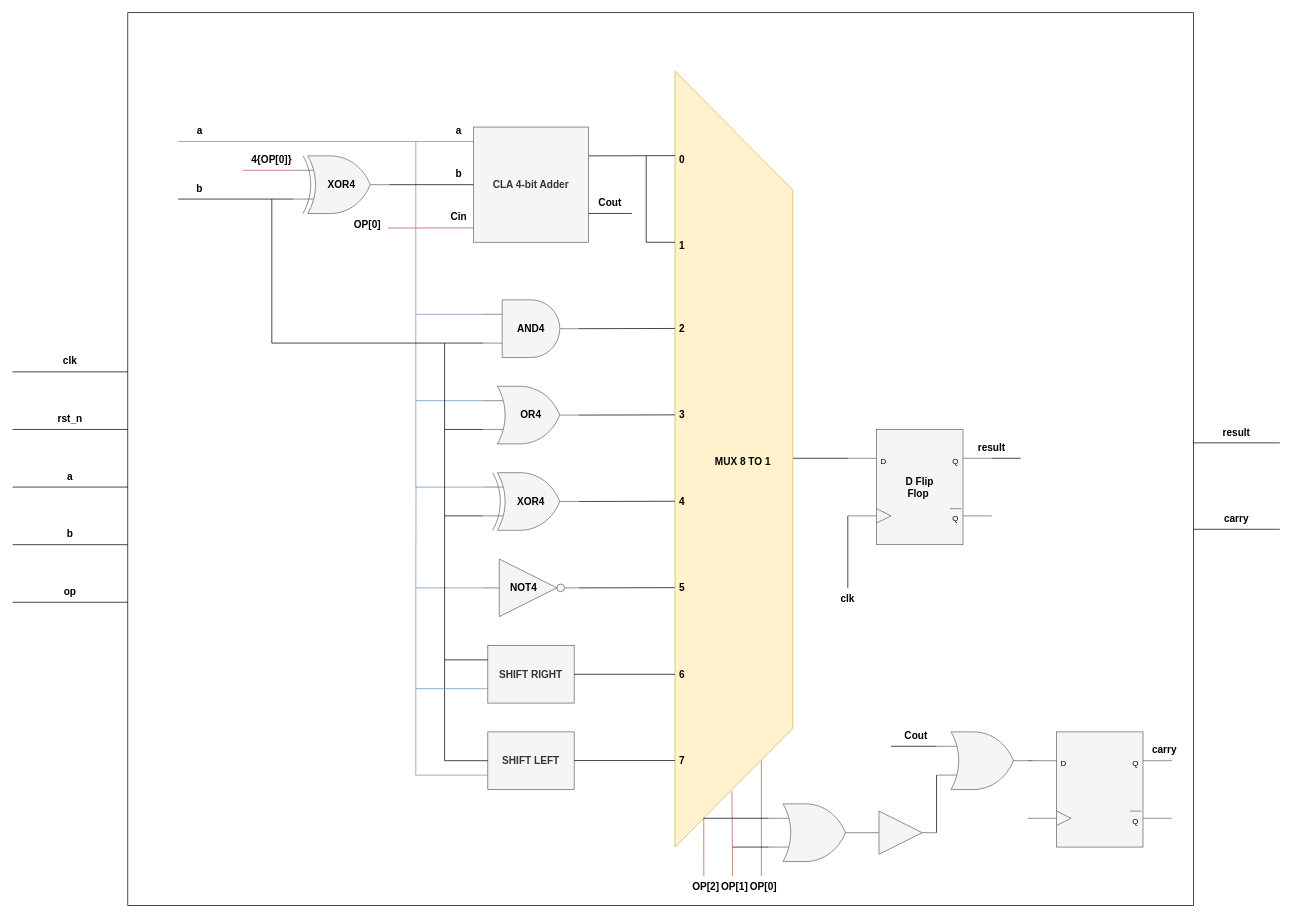
Above: 99_doc/block_diagram.drawio in thanhtunglk1/ALU_synthesis (draw.io), before the change. Source tidied: cells renumbered, new cells numbered last; positions are measured from the earlier drawing's top-left corner, leaving out a move shared by most shapes. Both pictures are drawn from the tidied source at 72%, with x=0, y=0 at pixel (12, 12).
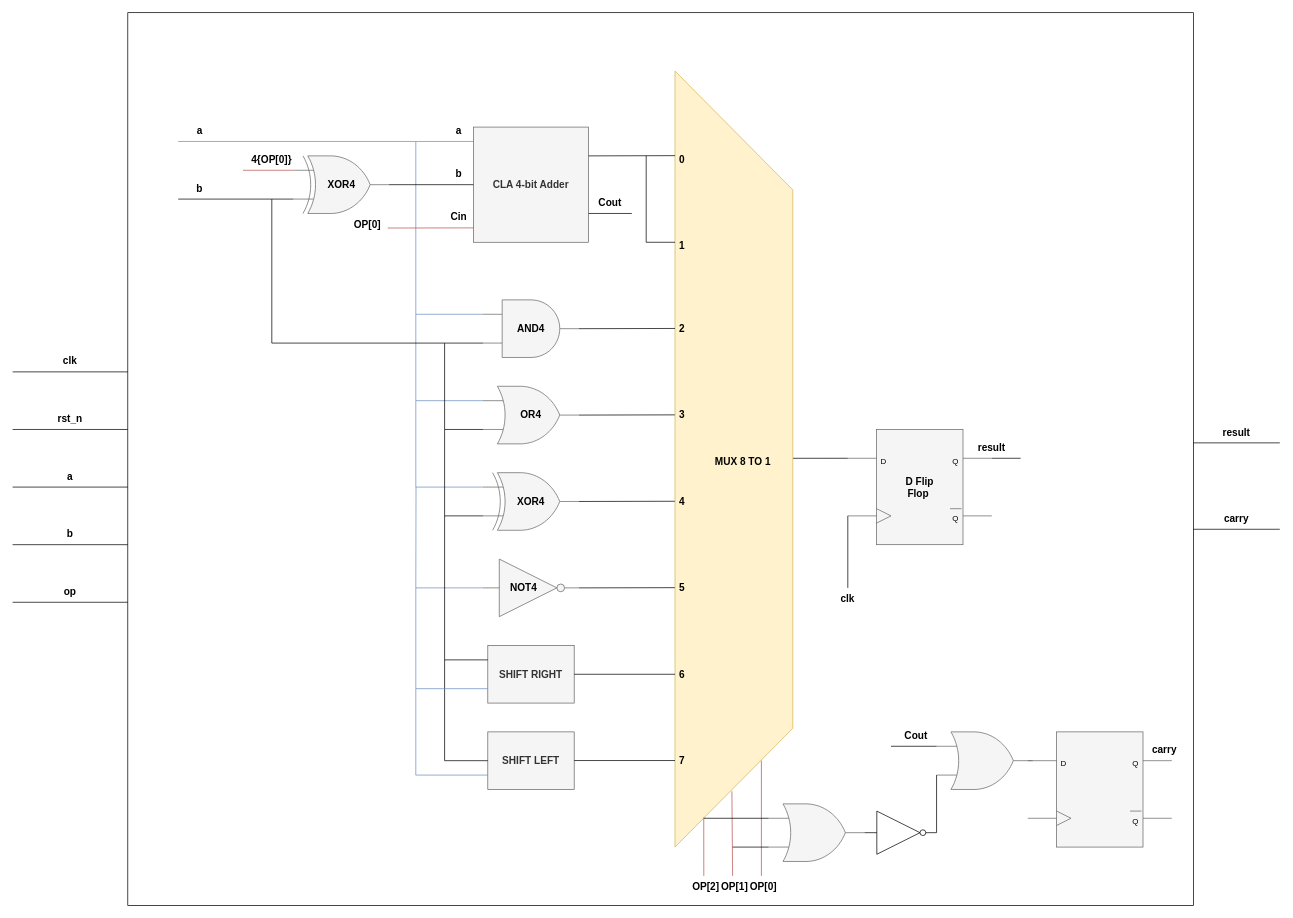
After the change.

The change refers to these unchanged cells:
```xml
<mxCell id="89" style="verticalLabelPosition=bottom;shadow=0;dashed=0;align=center;html=1;verticalAlign=top;shape=mxgraph.electrical.logic_gates.logic_gate;operation=or;fillColor=#f5f5f5;strokeColor=#666666;fontSize=14;fontStyle=1;fontColor=#333333;" parent="1" vertex="1">
  <mxGeometry x="1283.3" y="999" width="133.3" height="80" as="geometry" />
</mxCell>
```

Diff of the diagram source:
```diff
@@
-    <mxCell id="86" style="verticalLabelPosition=bottom;shadow=0;dashed=0;align=center;html=1;verticalAlign=top;shape=mxgraph.electrical.logic_gates.buffer2;fillColor=#f5f5f5;fontColor=#333333;strokeColor=#666666;" parent="1" vertex="1">
-      <mxGeometry x="1183.3" y="1109" width="100" height="60" as="geometry" />
-    </mxCell>
@@
-    <mxCell id="90" style="endArrow=none;html=1;exitX=1;exitY=0.5;exitDx=0;exitDy=0;entryX=0;entryY=0.75;entryDx=0;entryDy=0;entryPerimeter=0;" parent="1" edge="1" source="86" target="89">
-      <mxGeometry relative="1" as="geometry" />
+    <mxCell id="90" style="endArrow=none;html=1;exitX=1;exitY=0.5;exitDx=0;exitDy=0;entryX=0;entryY=0.75;entryDx=0;entryDy=0;entryPerimeter=0;" parent="1" edge="1" target="89">
+      <mxGeometry relative="1" as="geometry">
+        <mxPoint x="1283.3" y="1139" as="sourcePoint" />
+      </mxGeometry>
     </mxCell>
@@
+    <mxCell id="96" style="verticalLabelPosition=bottom;shadow=0;dashed=0;align=center;html=1;verticalAlign=top;shape=mxgraph.electrical.logic_gates.inverter_2;" parent="1" vertex="1">
+      <mxGeometry x="1183.3" y="1109" width="100" height="60" as="geometry" />
+    </mxCell>
```
